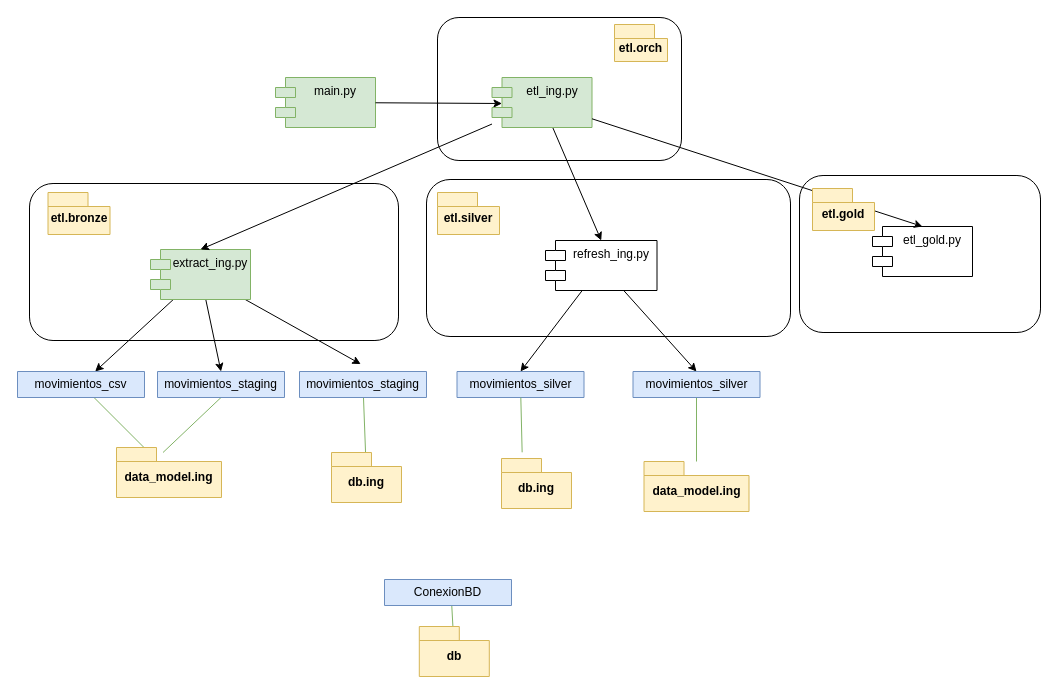
The draw.io diagram page "Classes diagram" (6 of 7) of diagrams/diagrams.dio in cperezh/DataEng_Patterns, before the edit. Source tidied: cells renumbered, new cells numbered last; positions are measured from the earlier drawing's top-left corner, leaving out a move shared by most shapes. Both pictures are drawn from the tidied source at 100%, with x=0, y=0 at pixel (17, 17).
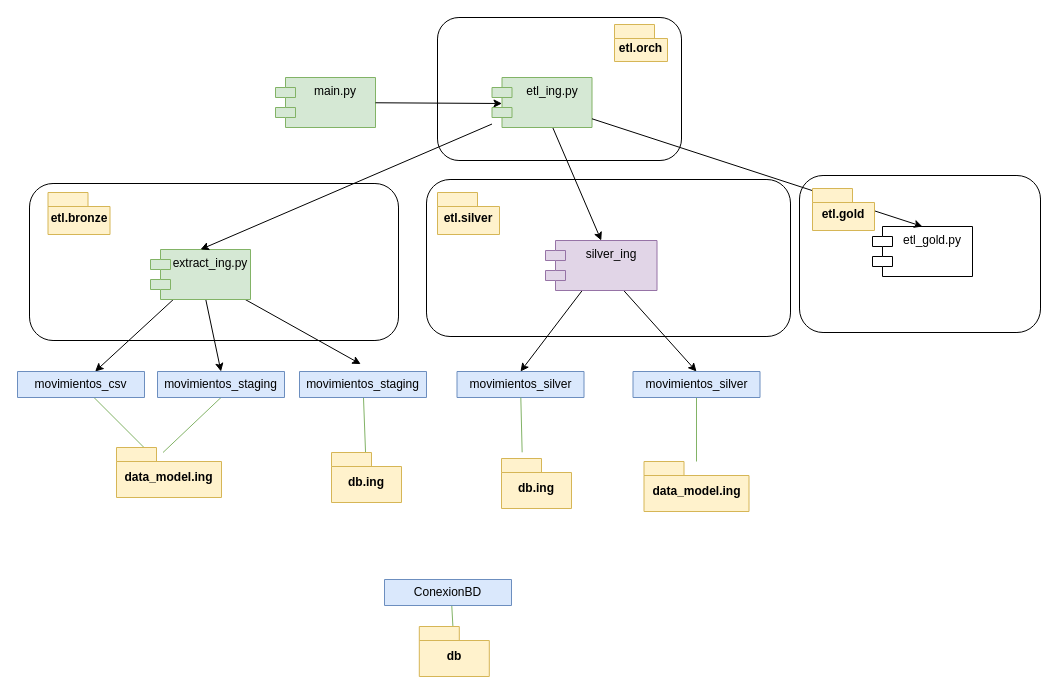
After the change.

Commit message (it also covers changes not shown here):
seguimos con el refresh.

Change to the diagram source:
```diff
@@
-    <mxCell id="15" value="refresh_ing.py" style="shape=module;align=left;spacingLeft=20;align=center;verticalAlign=top;whiteSpace=wrap;html=1;" parent="1" vertex="1">
+    <mxCell id="15" value="silver_ing" style="shape=module;align=left;spacingLeft=20;align=center;verticalAlign=top;whiteSpace=wrap;html=1;fillColor=#e1d5e7;strokeColor=#9673a6;" parent="1" vertex="1">
       <mxGeometry x="528" y="223" width="111.5" height="50" as="geometry" />
     </mxCell>
```
